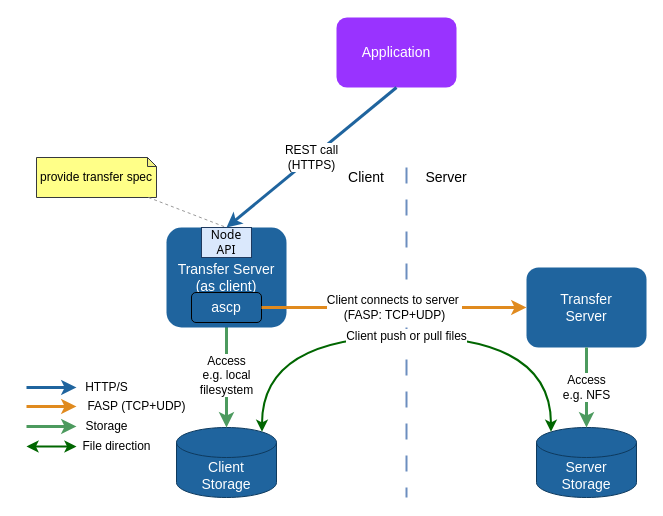
Earlier version of the draw.io diagram page "api-6" (5 of 9) of guide/images/diagrams.drawio (laurent-martin/aspera-api-examples). Source tidied: cells renumbered, new cells numbered last; positions are measured from the earlier drawing's top-left corner, leaving out a move shared by most shapes. Both pictures are drawn from the tidied source at 100%, with x=0, y=0 at pixel (26, 17).
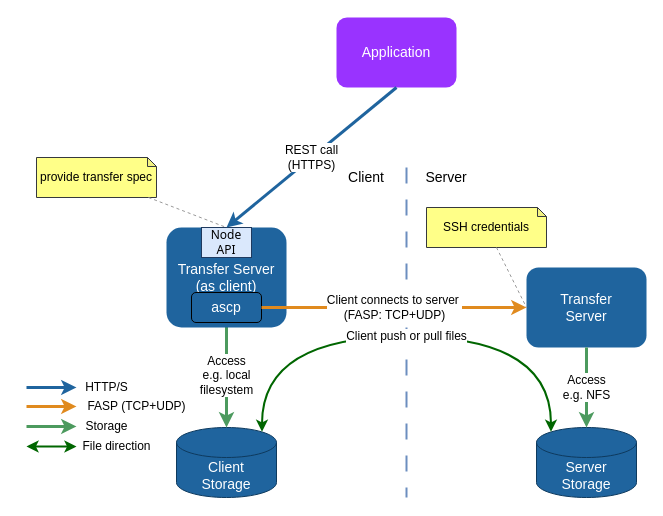
Above is the later version.

Unchanged cells that the change refers to:
```xml
<mxCell id="3" value="&lt;div&gt;Transfer&lt;/div&gt;Server" style="rounded=1;whiteSpace=wrap;html=1;fillColor=#1F649E;fontColor=#ffffff;strokeColor=none;strokeWidth=2;fontSize=14;align=center;verticalAlign=middle;fontFamily=Helvetica;" parent="1" vertex="1">
  <mxGeometry x="500" y="250" width="120" height="80" as="geometry" />
</mxCell>
```

Change to the diagram source:
```diff
@@
+    <mxCell id="23" value="SSH credentials" style="shape=note;whiteSpace=wrap;html=1;backgroundOutline=1;darkOpacity=0.05;fillColor=#ffff88;strokeColor=#36393d;size=9;" parent="1" vertex="1">
+      <mxGeometry x="400" y="190" width="120" height="40" as="geometry" />
+    </mxCell>
+    <mxCell id="24" style="endArrow=none;dashed=1;html=1;strokeColor=#999999;entryX=0;entryY=0.5;entryDx=0;entryDy=0;" parent="1" edge="1" source="23" target="3">
+      <mxGeometry relative="1" as="geometry" />
+    </mxCell>
```
